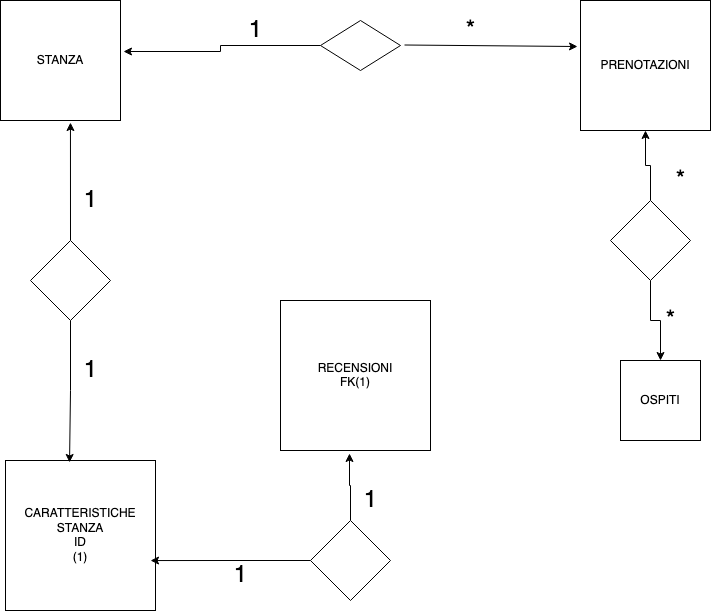
GiuseppeColucci/db-hotel keeps this draw.io diagram as Untitled Diagram(1).png. Above is the earlier version. Source tidied: cells renumbered, new cells last; positions are measured from the earlier drawing's top-left corner, leaving out a move shared by most shapes.
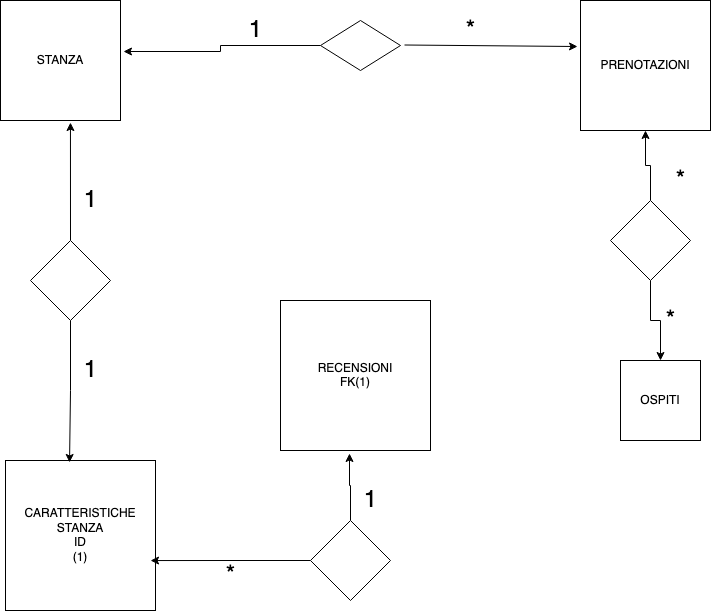
Above is the later version.

Commit message:
correzione tabella

Diff of the diagram source:
```diff
@@ -76,8 +76,8 @@
     <mxCell id="25" value="&lt;font style=&quot;font-size: 24px&quot;&gt;1&lt;/font&gt;" style="text;html=1;align=center;verticalAlign=middle;" parent="1" vertex="1">
       <mxGeometry x="355" y="490" width="30" height="20" as="geometry" />
     </mxCell>
-    <mxCell id="26" value="&lt;font style=&quot;font-size: 24px&quot;&gt;1&lt;/font&gt;" style="text;html=1;align=center;verticalAlign=middle;" parent="1" vertex="1">
-      <mxGeometry x="225" y="565" width="30" height="20" as="geometry" />
-    </mxCell>
+    <mxCell id="27" value="&lt;font style=&quot;font-size: 24px&quot;&gt;*&lt;/font&gt;" style="text;html=1;align=center;verticalAlign=middle;" parent="1" vertex="1">
+      <mxGeometry x="220" y="565" width="20" height="20" as="geometry" />
+    </mxCell>
   </root>
 </mxGraphModel>
```
